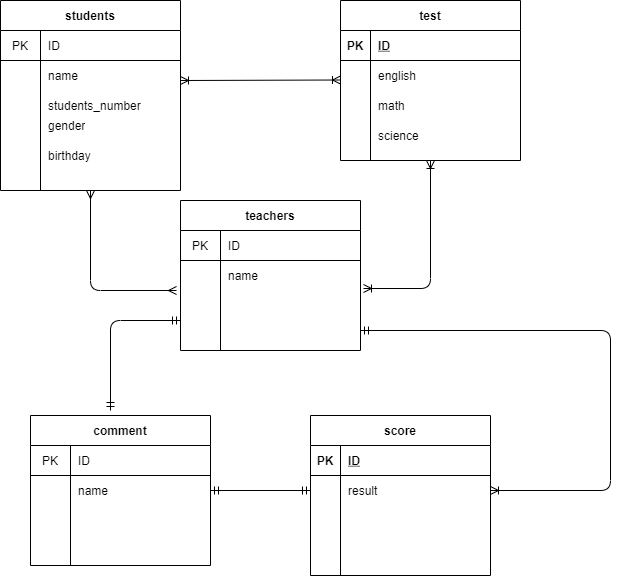
This is index.drawio.png from iwaki1990/20210524iwaki, a draw.io export, as it was before one commit. Source tidied: cells renumbered, new cells last; positions are measured from the earlier drawing's top-left corner, leaving out a move shared by most shapes.
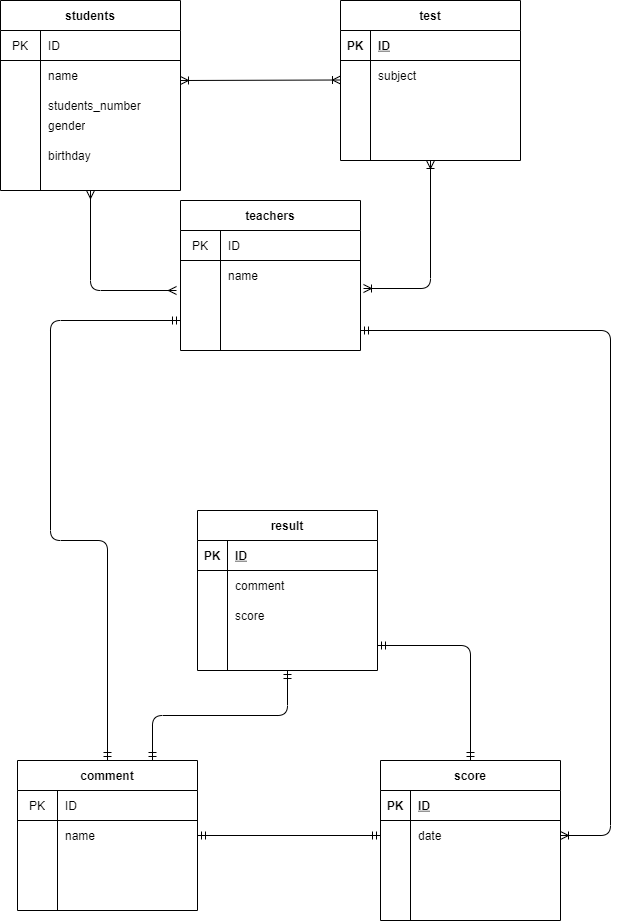
After the change.

Change to the diagram source:
```diff
@@ -63,7 +63,7 @@
       <mxGeometry x="40" width="140" height="30" as="geometry" />
     </mxCell>
     <mxCell id="22" value="comment" style="shape=table;html=1;whiteSpace=wrap;startSize=30;rowLines=0;fontStyle=1;align=center;" parent="1" vertex="1">
-      <mxGeometry x="30" y="415" width="180" height="150" as="geometry" />
+      <mxGeometry x="17" y="760" width="180" height="150" as="geometry" />
     </mxCell>
     <mxCell id="23" style="shape=partialRectangle;html=1;whiteSpace=wrap;fillColor=none;top=0;left=0;bottom=1;right=0;" parent="22" vertex="1">
       <mxGeometry y="30" width="180" height="30" as="geometry" />
@@ -119,7 +119,7 @@
     <mxCell id="39" style="shape=partialRectangle;fillColor=none;top=0;left=0;bottom=0;right=0;overflow=hidden;" parent="38" vertex="1">
       <mxGeometry width="30" height="30" as="geometry" />
     </mxCell>
-    <mxCell id="40" value="english" style="shape=partialRectangle;fillColor=none;top=0;left=0;bottom=0;right=0;align=left;spacingLeft=6;overflow=hidden;" parent="38" vertex="1">
+    <mxCell id="40" value="subject" style="shape=partialRectangle;fillColor=none;top=0;left=0;bottom=0;right=0;align=left;spacingLeft=6;overflow=hidden;" parent="38" vertex="1">
       <mxGeometry x="30" width="150" height="30" as="geometry" />
     </mxCell>
     <mxCell id="41" style="shape=partialRectangle;fillColor=none;top=0;left=0;bottom=0;right=0;" parent="34" vertex="1">
@@ -128,7 +128,7 @@
     <mxCell id="42" style="shape=partialRectangle;fillColor=none;top=0;left=0;bottom=0;right=0;overflow=hidden;" parent="41" vertex="1">
       <mxGeometry width="30" height="30" as="geometry" />
     </mxCell>
-    <mxCell id="43" value="math" style="shape=partialRectangle;fillColor=none;top=0;left=0;bottom=0;right=0;align=left;spacingLeft=6;overflow=hidden;" parent="41" vertex="1">
+    <mxCell id="43" style="shape=partialRectangle;fillColor=none;top=0;left=0;bottom=0;right=0;align=left;spacingLeft=6;overflow=hidden;" parent="41" vertex="1">
       <mxGeometry x="30" width="150" height="30" as="geometry" />
     </mxCell>
     <mxCell id="44" style="shape=partialRectangle;fillColor=none;top=0;left=0;bottom=0;right=0;" parent="34" vertex="1">
@@ -137,11 +137,11 @@
     <mxCell id="45" style="shape=partialRectangle;fillColor=none;top=0;left=0;bottom=0;right=0;overflow=hidden;" parent="44" vertex="1">
       <mxGeometry width="30" height="30" as="geometry" />
     </mxCell>
-    <mxCell id="46" value="science" style="shape=partialRectangle;fillColor=none;top=0;left=0;bottom=0;right=0;align=left;spacingLeft=6;overflow=hidden;" parent="44" vertex="1">
+    <mxCell id="46" style="shape=partialRectangle;fillColor=none;top=0;left=0;bottom=0;right=0;align=left;spacingLeft=6;overflow=hidden;" parent="44" vertex="1">
       <mxGeometry x="30" width="150" height="30" as="geometry" />
     </mxCell>
     <mxCell id="47" value="score" style="shape=table;startSize=30;rowLines=0;fontStyle=1;align=center;" parent="1" vertex="1">
-      <mxGeometry x="310" y="415" width="180" height="160" as="geometry" />
+      <mxGeometry x="380" y="760" width="180" height="160" as="geometry" />
     </mxCell>
     <mxCell id="48" style="shape=partialRectangle;fillColor=none;top=0;left=0;bottom=1;right=0;" parent="47" vertex="1">
       <mxGeometry y="30" width="180" height="30" as="geometry" />
@@ -158,7 +158,7 @@
     <mxCell id="52" style="shape=partialRectangle;fillColor=none;top=0;left=0;bottom=0;right=0;overflow=hidden;" parent="51" vertex="1">
       <mxGeometry width="30" height="30" as="geometry" />
     </mxCell>
-    <mxCell id="53" value="result" style="shape=partialRectangle;fillColor=none;top=0;left=0;bottom=0;right=0;align=left;spacingLeft=6;overflow=hidden;" parent="51" vertex="1">
+    <mxCell id="53" value="date" style="shape=partialRectangle;fillColor=none;top=0;left=0;bottom=0;right=0;align=left;spacingLeft=6;overflow=hidden;" parent="51" vertex="1">
       <mxGeometry x="30" width="150" height="30" as="geometry" />
     </mxCell>
     <mxCell id="54" style="shape=partialRectangle;fillColor=none;top=0;left=0;bottom=0;right=0;" parent="47" vertex="1">
@@ -187,15 +187,17 @@
         </Array>
       </mxGeometry>
     </mxCell>
-    <mxCell id="61" style="fontSize=12;html=1;endArrow=ERmandOne;endFill=0;startArrow=ERmandOne;startFill=0;exitX=1;exitY=0.5;exitDx=0;exitDy=0;" parent="1" edge="1" source="26">
-      <mxGeometry relative="1" as="geometry">
-        <mxPoint x="310" y="490" as="targetPoint" />
-      </mxGeometry>
+    <mxCell id="61" style="fontSize=12;html=1;endArrow=ERmandOne;endFill=0;startArrow=ERmandOne;startFill=0;exitX=1;exitY=0.5;exitDx=0;exitDy=0;entryX=0;entryY=0.5;entryDx=0;entryDy=0;" parent="1" edge="1" source="26" target="51">
+      <mxGeometry relative="1" as="geometry" />
     </mxCell>
-    <mxCell id="62" style="edgeStyle=orthogonalEdgeStyle;fontSize=12;html=1;endArrow=ERmandOne;startArrow=ERmandOne;" parent="1" edge="1">
+    <mxCell id="62" style="edgeStyle=orthogonalEdgeStyle;fontSize=12;html=1;endArrow=ERmandOne;startArrow=ERmandOne;" parent="1" edge="1" target="22">
       <mxGeometry relative="1" as="geometry">
         <mxPoint x="180" y="320" as="sourcePoint" />
-        <mxPoint x="110" y="410" as="targetPoint" />
+        <Array as="points">
+          <mxPoint x="50" y="320" />
+          <mxPoint x="50" y="540" />
+          <mxPoint x="107" y="540" />
+        </Array>
       </mxGeometry>
     </mxCell>
     <mxCell id="63" style="edgeStyle=elbowEdgeStyle;fontSize=12;html=1;endArrow=ERoneToMany;startArrow=ERmandOne;entryX=1;entryY=0.5;entryDx=0;entryDy=0;endFill=0;" parent="1" edge="1" target="51">
@@ -217,5 +219,50 @@
     <mxCell id="65" value="birthday" style="shape=partialRectangle;html=1;whiteSpace=wrap;fillColor=none;top=0;left=0;bottom=0;right=0;align=left;spacingLeft=6;overflow=hidden;" parent="1" vertex="1">
       <mxGeometry x="40" y="140" width="140" height="30" as="geometry" />
     </mxCell>
+    <mxCell id="66" value="result" style="shape=table;startSize=30;rowLines=0;fontStyle=1;align=center;" parent="1" vertex="1">
+      <mxGeometry x="197" y="510" width="180" height="160" as="geometry" />
+    </mxCell>
+    <mxCell id="67" style="shape=partialRectangle;fillColor=none;top=0;left=0;bottom=1;right=0;" parent="66" vertex="1">
+      <mxGeometry y="30" width="180" height="30" as="geometry" />
+    </mxCell>
+    <mxCell id="68" value="PK" style="shape=partialRectangle;fillColor=none;top=0;left=0;bottom=0;right=0;fontStyle=1;overflow=hidden;" parent="67" vertex="1">
+      <mxGeometry width="30" height="30" as="geometry" />
+    </mxCell>
+    <mxCell id="69" value="ID" style="shape=partialRectangle;fillColor=none;top=0;left=0;bottom=0;right=0;align=left;spacingLeft=6;fontStyle=5;overflow=hidden;" parent="67" vertex="1">
+      <mxGeometry x="30" width="150" height="30" as="geometry" />
+    </mxCell>
+    <mxCell id="70" style="shape=partialRectangle;fillColor=none;top=0;left=0;bottom=0;right=0;" parent="66" vertex="1">
+      <mxGeometry y="60" width="180" height="30" as="geometry" />
+    </mxCell>
+    <mxCell id="71" style="shape=partialRectangle;fillColor=none;top=0;left=0;bottom=0;right=0;overflow=hidden;" parent="70" vertex="1">
+      <mxGeometry width="30" height="30" as="geometry" />
+    </mxCell>
+    <mxCell id="72" value="comment" style="shape=partialRectangle;fillColor=none;top=0;left=0;bottom=0;right=0;align=left;spacingLeft=6;overflow=hidden;" parent="70" vertex="1">
+      <mxGeometry x="30" width="150" height="30" as="geometry" />
+    </mxCell>
+    <mxCell id="73" style="shape=partialRectangle;fillColor=none;top=0;left=0;bottom=0;right=0;" parent="66" vertex="1">
+      <mxGeometry y="90" width="180" height="30" as="geometry" />
+    </mxCell>
+    <mxCell id="74" style="shape=partialRectangle;fillColor=none;top=0;left=0;bottom=0;right=0;overflow=hidden;" parent="73" vertex="1">
+      <mxGeometry width="30" height="30" as="geometry" />
+    </mxCell>
+    <mxCell id="75" value="score" style="shape=partialRectangle;fillColor=none;top=0;left=0;bottom=0;right=0;align=left;spacingLeft=6;overflow=hidden;" parent="73" vertex="1">
+      <mxGeometry x="30" width="150" height="30" as="geometry" />
+    </mxCell>
+    <mxCell id="76" style="shape=partialRectangle;fillColor=none;top=0;left=0;bottom=0;right=0;points=[[0,0.5],[1,0.5]];portConstraint=eastwest;" parent="66" vertex="1">
+      <mxGeometry y="120" width="180" height="30" as="geometry" />
+    </mxCell>
+    <mxCell id="77" style="shape=partialRectangle;fillColor=none;top=0;left=0;bottom=0;right=0;overflow=hidden;" parent="76" vertex="1">
+      <mxGeometry width="30" height="30" as="geometry" />
+    </mxCell>
+    <mxCell id="78" style="shape=partialRectangle;fillColor=none;top=0;left=0;bottom=0;right=0;align=left;spacingLeft=6;overflow=hidden;" parent="76" vertex="1">
+      <mxGeometry x="30" width="150" height="30" as="geometry" />
+    </mxCell>
+    <mxCell id="79" style="edgeStyle=orthogonalEdgeStyle;fontSize=12;html=1;endArrow=ERmandOne;startArrow=ERmandOne;entryX=0.5;entryY=1;entryDx=0;entryDy=0;exitX=0.75;exitY=0;exitDx=0;exitDy=0;" parent="1" edge="1" source="22" target="66">
+      <mxGeometry relative="1" as="geometry" />
+    </mxCell>
+    <mxCell id="80" style="edgeStyle=orthogonalEdgeStyle;fontSize=12;html=1;endArrow=ERmandOne;startArrow=ERmandOne;exitX=0.5;exitY=0;exitDx=0;exitDy=0;" parent="1" edge="1" source="47" target="76">
+      <mxGeometry relative="1" as="geometry" />
+    </mxCell>
   </root>
 </mxGraphModel>
```
